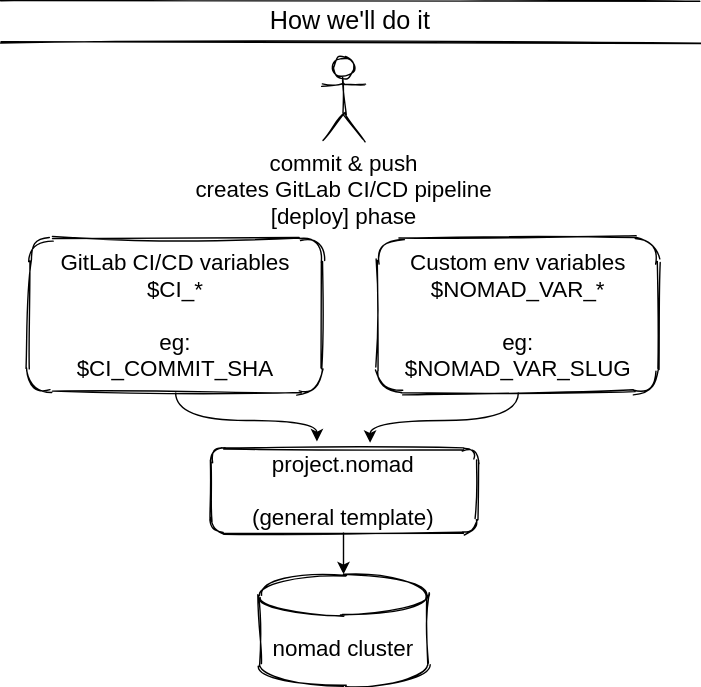
traceypooh/slides keeps this draw.io diagram as images/howC.drawio.svg. Above is the earlier version. Source tidied: cells renumbered, new cells last; positions are measured from the earlier drawing's top-left corner, leaving out a move shared by most shapes. Its diagram source:
```xml
<mxGraphModel>
  <root>
    <mxCell id="0" />
    <mxCell id="1" parent="0" />
    <mxCell id="2" style="edgeStyle=orthogonalEdgeStyle;jettySize=auto;html=1;curved=1;entryX=0.4;entryY=-0.083;entryDx=0;entryDy=0;entryPerimeter=0;" parent="1" edge="1" source="3" target="7">
      <mxGeometry relative="1" as="geometry" />
    </mxCell>
    <mxCell id="3" value="&lt;font style=&quot;font-size: 16px&quot;&gt;GitLab CI/CD variables&lt;br&gt;$CI_*&lt;br&gt;&lt;br&gt;eg:&lt;br&gt;$CI_COMMIT_SHA&lt;br&gt;&lt;/font&gt;" style="rounded=1;whiteSpace=wrap;html=1;shadow=0;sketch=1;" parent="1" vertex="1">
      <mxGeometry x="20" y="170" width="210" height="110" as="geometry" />
    </mxCell>
    <mxCell id="4" style="edgeStyle=orthogonalEdgeStyle;curved=1;jettySize=auto;html=1;entryX=0.6;entryY=-0.067;entryDx=0;entryDy=0;entryPerimeter=0;" parent="1" edge="1" source="5" target="7">
      <mxGeometry relative="1" as="geometry" />
    </mxCell>
    <mxCell id="5" value="&lt;font style=&quot;font-size: 16px&quot;&gt;Custom env variables&lt;br&gt;$NOMAD_VAR_*&lt;br&gt;&lt;br&gt;eg:&lt;br&gt;$NOMAD_VAR_SLUG&lt;br&gt;&lt;/font&gt;" style="rounded=1;whiteSpace=wrap;html=1;shadow=0;sketch=1;" parent="1" vertex="1">
      <mxGeometry x="270" y="170" width="200" height="110" as="geometry" />
    </mxCell>
    <mxCell id="6" style="edgeStyle=orthogonalEdgeStyle;curved=1;jettySize=auto;html=1;entryX=0.5;entryY=0;entryDx=0;entryDy=0;entryPerimeter=0;" parent="1" edge="1" source="7" target="8">
      <mxGeometry relative="1" as="geometry" />
    </mxCell>
    <mxCell id="7" value="&lt;font style=&quot;font-size: 16px&quot;&gt;project.nomad&lt;br&gt;&lt;br&gt;(general template)&lt;/font&gt;" style="rounded=1;whiteSpace=wrap;html=1;sketch=1;" parent="1" vertex="1">
      <mxGeometry x="150" y="320" width="190" height="60" as="geometry" />
    </mxCell>
    <mxCell id="8" value="&lt;font style=&quot;font-size: 16px&quot;&gt;nomad cluster&lt;/font&gt;" style="shape=cylinder3;whiteSpace=wrap;html=1;boundedLbl=1;backgroundOutline=1;size=15;rounded=1;shadow=0;sketch=1;" parent="1" vertex="1">
      <mxGeometry x="185" y="410" width="120" height="80" as="geometry" />
    </mxCell>
    <mxCell id="9" value="&lt;font style=&quot;font-size: 16px&quot;&gt;commit &amp;amp; push&lt;br&gt;creates GitLab CI/CD pipeline&lt;br&gt;[deploy] phase&lt;/font&gt;" style="shape=umlActor;verticalLabelPosition=bottom;verticalAlign=top;html=1;rounded=1;shadow=0;sketch=1;" parent="1" vertex="1">
      <mxGeometry x="230" y="40" width="30" height="60" as="geometry" />
    </mxCell>
    <mxCell id="10" value="&lt;font style=&quot;font-size: 18px&quot;&gt;How we'll do it&lt;/font&gt;" style="shape=partialRectangle;whiteSpace=wrap;html=1;left=0;right=0;fillColor=none;rounded=1;shadow=0;sketch=1;" parent="1" vertex="1">
      <mxGeometry width="500" height="30" as="geometry" />
    </mxCell>
  </root>
</mxGraphModel>
```
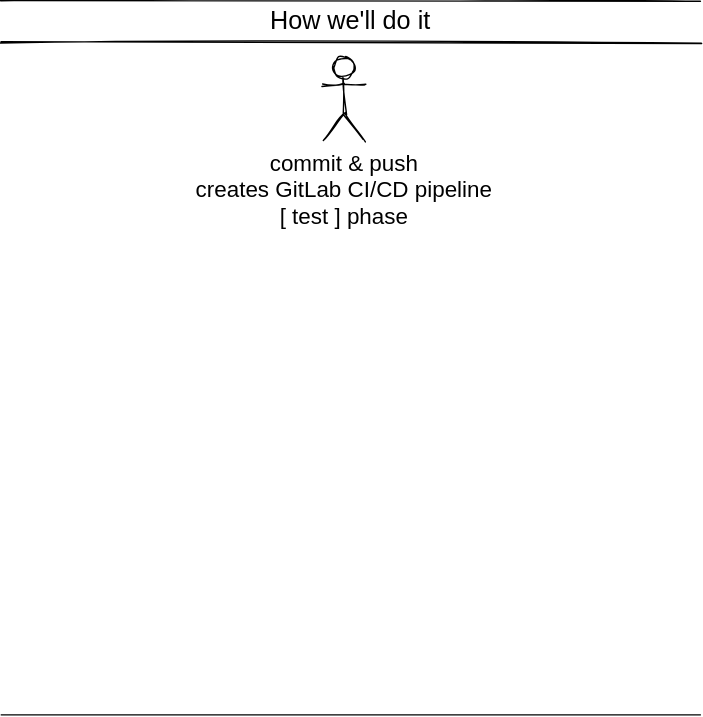
The same file after the commit.

Change to the diagram source:
```diff
@@ -2,32 +2,17 @@
   <root>
     <mxCell id="0" />
     <mxCell id="1" parent="0" />
-    <mxCell id="2" style="edgeStyle=orthogonalEdgeStyle;jettySize=auto;html=1;curved=1;entryX=0.4;entryY=-0.083;entryDx=0;entryDy=0;entryPerimeter=0;" parent="1" edge="1" source="3" target="7">
-      <mxGeometry relative="1" as="geometry" />
-    </mxCell>
-    <mxCell id="3" value="&lt;font style=&quot;font-size: 16px&quot;&gt;GitLab CI/CD variables&lt;br&gt;$CI_*&lt;br&gt;&lt;br&gt;eg:&lt;br&gt;$CI_COMMIT_SHA&lt;br&gt;&lt;/font&gt;" style="rounded=1;whiteSpace=wrap;html=1;shadow=0;sketch=1;" parent="1" vertex="1">
-      <mxGeometry x="20" y="170" width="210" height="110" as="geometry" />
-    </mxCell>
-    <mxCell id="4" style="edgeStyle=orthogonalEdgeStyle;curved=1;jettySize=auto;html=1;entryX=0.6;entryY=-0.067;entryDx=0;entryDy=0;entryPerimeter=0;" parent="1" edge="1" source="5" target="7">
-      <mxGeometry relative="1" as="geometry" />
-    </mxCell>
-    <mxCell id="5" value="&lt;font style=&quot;font-size: 16px&quot;&gt;Custom env variables&lt;br&gt;$NOMAD_VAR_*&lt;br&gt;&lt;br&gt;eg:&lt;br&gt;$NOMAD_VAR_SLUG&lt;br&gt;&lt;/font&gt;" style="rounded=1;whiteSpace=wrap;html=1;shadow=0;sketch=1;" parent="1" vertex="1">
-      <mxGeometry x="270" y="170" width="200" height="110" as="geometry" />
-    </mxCell>
-    <mxCell id="6" style="edgeStyle=orthogonalEdgeStyle;curved=1;jettySize=auto;html=1;entryX=0.5;entryY=0;entryDx=0;entryDy=0;entryPerimeter=0;" parent="1" edge="1" source="7" target="8">
-      <mxGeometry relative="1" as="geometry" />
-    </mxCell>
-    <mxCell id="7" value="&lt;font style=&quot;font-size: 16px&quot;&gt;project.nomad&lt;br&gt;&lt;br&gt;(general template)&lt;/font&gt;" style="rounded=1;whiteSpace=wrap;html=1;sketch=1;" parent="1" vertex="1">
-      <mxGeometry x="150" y="320" width="190" height="60" as="geometry" />
-    </mxCell>
-    <mxCell id="8" value="&lt;font style=&quot;font-size: 16px&quot;&gt;nomad cluster&lt;/font&gt;" style="shape=cylinder3;whiteSpace=wrap;html=1;boundedLbl=1;backgroundOutline=1;size=15;rounded=1;shadow=0;sketch=1;" parent="1" vertex="1">
-      <mxGeometry x="185" y="410" width="120" height="80" as="geometry" />
-    </mxCell>
-    <mxCell id="9" value="&lt;font style=&quot;font-size: 16px&quot;&gt;commit &amp;amp; push&lt;br&gt;creates GitLab CI/CD pipeline&lt;br&gt;[deploy] phase&lt;/font&gt;" style="shape=umlActor;verticalLabelPosition=bottom;verticalAlign=top;html=1;rounded=1;shadow=0;sketch=1;" parent="1" vertex="1">
+    <mxCell id="9" value="&lt;font style=&quot;font-size: 16px&quot;&gt;commit &amp;amp; push&lt;br&gt;creates GitLab CI/CD pipeline&lt;br&gt;[ test ] phase&lt;/font&gt;" style="shape=umlActor;verticalLabelPosition=bottom;verticalAlign=top;html=1;rounded=1;shadow=0;sketch=1;" parent="1" vertex="1">
       <mxGeometry x="230" y="40" width="30" height="60" as="geometry" />
     </mxCell>
     <mxCell id="10" value="&lt;font style=&quot;font-size: 18px&quot;&gt;How we'll do it&lt;/font&gt;" style="shape=partialRectangle;whiteSpace=wrap;html=1;left=0;right=0;fillColor=none;rounded=1;shadow=0;sketch=1;" parent="1" vertex="1">
       <mxGeometry width="500" height="30" as="geometry" />
     </mxCell>
+    <mxCell id="11" style="endArrow=none;html=1;entryX=1;entryY=1;entryDx=0;entryDy=0;exitX=0;exitY=1;exitDx=0;exitDy=0;" parent="1" edge="1">
+      <mxGeometry relative="1" as="geometry">
+        <mxPoint y="510" as="sourcePoint" />
+        <mxPoint x="500" y="510" as="targetPoint" />
+      </mxGeometry>
+    </mxCell>
   </root>
 </mxGraphModel>
```
